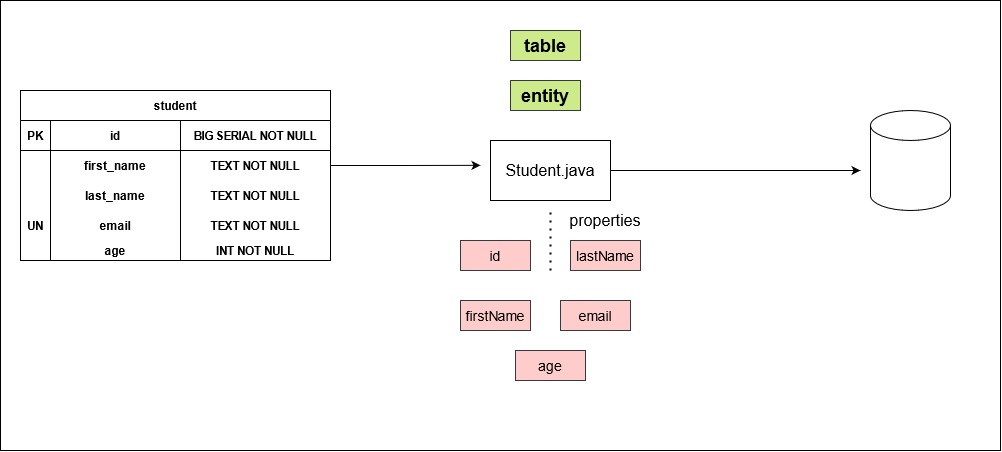
ciurescuraul/SpringDataJPA keeps this draw.io diagram as db_schema.png. Above is the earlier version. Source tidied: cells renumbered, new cells last; positions are measured from the earlier drawing's top-left corner, leaving out a move shared by most shapes.
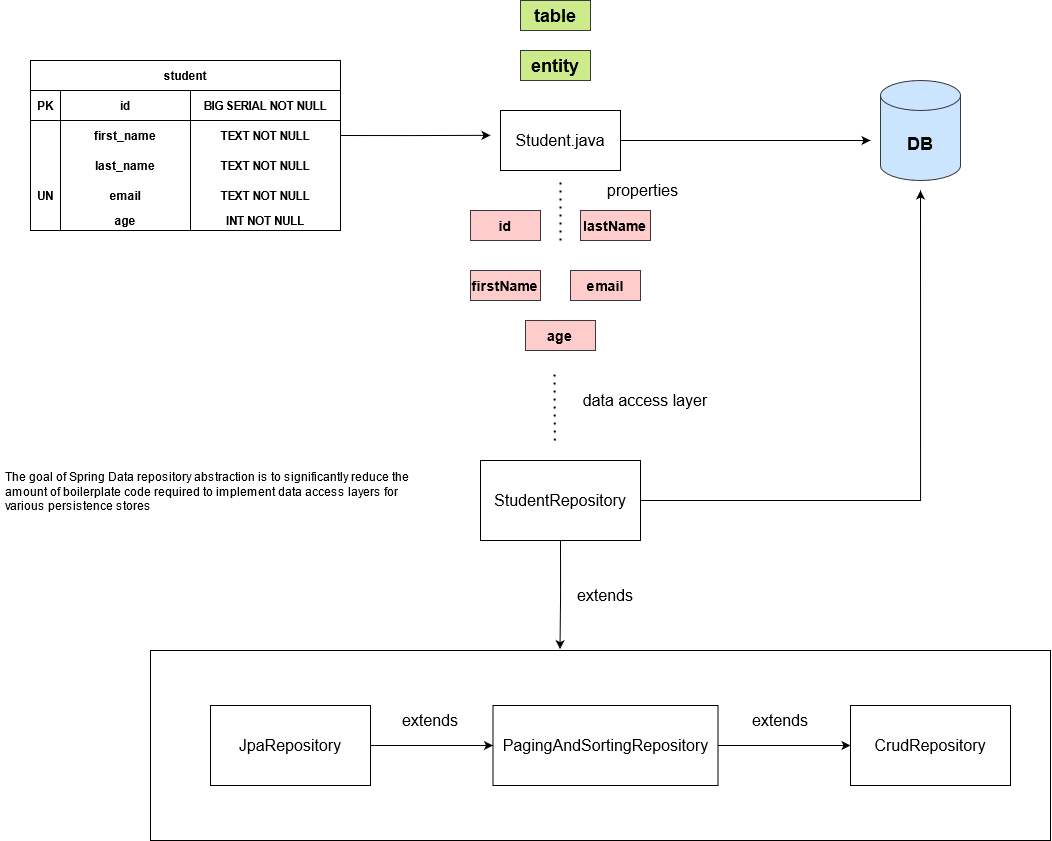
Later version of the same file.

What changed in the source:
```diff
@@ -2,9 +2,6 @@
   <root>
     <mxCell id="0" />
     <mxCell id="1" parent="0" />
-    <mxCell id="2" style="rounded=0;whiteSpace=wrap;html=1;strokeWidth=1;gradientColor=none;fillColor=#FFFFFF;" parent="1" vertex="1">
-      <mxGeometry width="1000" height="450" as="geometry" />
-    </mxCell>
     <mxCell id="3" value="student" style="shape=table;startSize=30;rowLines=0;fontStyle=1;align=center;strokeWidth=1;gradientColor=none;" parent="1" vertex="1">
       <mxGeometry x="20" y="90" width="310" height="170" as="geometry" />
     </mxCell>
@@ -76,7 +73,7 @@
     <mxCell id="25" value="&lt;font style=&quot;font-size: 16px&quot;&gt;Student.java&lt;/font&gt;" style="rounded=0;whiteSpace=wrap;html=1;strokeWidth=1;gradientColor=none;" parent="1" vertex="1">
       <mxGeometry x="490" y="140" width="120" height="60" as="geometry" />
     </mxCell>
-    <mxCell id="26" style="shape=cylinder3;whiteSpace=wrap;html=1;boundedLbl=1;backgroundOutline=1;size=15;strokeWidth=1;gradientColor=none;" parent="1" vertex="1">
+    <mxCell id="26" value="&lt;b&gt;&lt;font style=&quot;font-size: 18px&quot;&gt;DB&lt;/font&gt;&lt;/b&gt;" style="shape=cylinder3;whiteSpace=wrap;html=1;boundedLbl=1;backgroundOutline=1;size=15;strokeWidth=1;fillColor=#cce5ff;strokeColor=#36393d;" parent="1" vertex="1">
       <mxGeometry x="870" y="110" width="80" height="100" as="geometry" />
     </mxCell>
     <mxCell id="27" style="edgeStyle=orthogonalEdgeStyle;rounded=0;jettySize=auto;html=1;exitX=1;exitY=0.5;exitDx=0;exitDy=0;" parent="1" edge="1" source="8">
@@ -90,19 +87,19 @@
     <mxCell id="29" value="&lt;b&gt;&lt;font style=&quot;font-size: 18px&quot;&gt;entity&lt;/font&gt;&lt;/b&gt;" style="rounded=0;whiteSpace=wrap;html=1;strokeWidth=1;fillColor=#cdeb8b;strokeColor=#36393d;" parent="1" vertex="1">
       <mxGeometry x="510" y="80" width="70" height="30" as="geometry" />
     </mxCell>
-    <mxCell id="30" value="&lt;font style=&quot;font-size: 14px&quot;&gt;id&lt;/font&gt;" style="rounded=0;whiteSpace=wrap;html=1;strokeWidth=1;fillColor=#ffcccc;strokeColor=#36393d;" parent="1" vertex="1">
+    <mxCell id="30" value="&lt;font style=&quot;font-size: 14px&quot;&gt;id&lt;/font&gt;" style="rounded=0;whiteSpace=wrap;html=1;strokeWidth=1;fillColor=#ffcccc;strokeColor=#36393d;fontStyle=1;" parent="1" vertex="1">
       <mxGeometry x="460" y="240" width="70" height="30" as="geometry" />
     </mxCell>
-    <mxCell id="31" value="&lt;font style=&quot;font-size: 14px&quot;&gt;lastName&lt;/font&gt;" style="rounded=0;whiteSpace=wrap;html=1;strokeWidth=1;fillColor=#ffcccc;strokeColor=#36393d;" parent="1" vertex="1">
+    <mxCell id="31" value="&lt;font style=&quot;font-size: 14px&quot;&gt;lastName&lt;/font&gt;" style="rounded=0;whiteSpace=wrap;html=1;strokeWidth=1;fillColor=#ffcccc;strokeColor=#36393d;fontStyle=1;" parent="1" vertex="1">
       <mxGeometry x="570" y="240" width="70" height="30" as="geometry" />
     </mxCell>
-    <mxCell id="32" value="&lt;font style=&quot;font-size: 14px&quot;&gt;age&lt;/font&gt;" style="rounded=0;whiteSpace=wrap;html=1;strokeWidth=1;fillColor=#ffcccc;strokeColor=#36393d;" parent="1" vertex="1">
+    <mxCell id="32" value="&lt;font style=&quot;font-size: 14px&quot;&gt;age&lt;/font&gt;" style="rounded=0;whiteSpace=wrap;html=1;strokeWidth=1;fillColor=#ffcccc;strokeColor=#36393d;fontStyle=1;" parent="1" vertex="1">
       <mxGeometry x="515" y="350" width="70" height="30" as="geometry" />
     </mxCell>
-    <mxCell id="33" value="&lt;font style=&quot;font-size: 14px&quot;&gt;firstName&lt;/font&gt;" style="rounded=0;whiteSpace=wrap;html=1;strokeWidth=1;fillColor=#ffcccc;strokeColor=#36393d;" parent="1" vertex="1">
+    <mxCell id="33" value="&lt;font style=&quot;font-size: 14px&quot;&gt;firstName&lt;/font&gt;" style="rounded=0;whiteSpace=wrap;html=1;strokeWidth=1;fillColor=#ffcccc;strokeColor=#36393d;fontStyle=1;" parent="1" vertex="1">
       <mxGeometry x="460" y="300" width="70" height="30" as="geometry" />
     </mxCell>
-    <mxCell id="34" value="&lt;font style=&quot;font-size: 14px&quot;&gt;email&lt;/font&gt;" style="rounded=0;whiteSpace=wrap;html=1;strokeWidth=1;fillColor=#ffcccc;strokeColor=#36393d;" parent="1" vertex="1">
+    <mxCell id="34" value="&lt;font style=&quot;font-size: 14px&quot;&gt;email&lt;/font&gt;" style="rounded=0;whiteSpace=wrap;html=1;strokeWidth=1;fillColor=#ffcccc;strokeColor=#36393d;fontStyle=1;" parent="1" vertex="1">
       <mxGeometry x="560" y="300" width="70" height="30" as="geometry" />
     </mxCell>
     <mxCell id="35" style="endArrow=none;dashed=1;html=1;dashPattern=1 3;strokeWidth=2;" parent="1" edge="1">
@@ -112,7 +109,57 @@
       </mxGeometry>
     </mxCell>
     <mxCell id="36" value="&lt;font style=&quot;font-size: 16px&quot;&gt;properties&lt;/font&gt;" style="text;html=1;strokeColor=none;fillColor=none;align=center;verticalAlign=middle;whiteSpace=wrap;rounded=0;" parent="1" vertex="1">
-      <mxGeometry x="585" y="210" width="40" height="20" as="geometry" />
+      <mxGeometry x="585" y="210" width="95" height="20" as="geometry" />
     </mxCell>
+    <mxCell id="37" style="edgeStyle=orthogonalEdgeStyle;rounded=0;jettySize=auto;html=1;exitX=1;exitY=0.5;exitDx=0;exitDy=0;" parent="1" edge="1" source="39">
+      <mxGeometry relative="1" as="geometry">
+        <mxPoint x="910" y="220" as="targetPoint" />
+      </mxGeometry>
+    </mxCell>
+    <mxCell id="38" style="edgeStyle=orthogonalEdgeStyle;rounded=0;jettySize=auto;html=1;exitX=0.5;exitY=1;exitDx=0;exitDy=0;entryX=0.455;entryY=-0.007;entryDx=0;entryDy=0;entryPerimeter=0;" parent="1" edge="1" source="39" target="42">
+      <mxGeometry relative="1" as="geometry" />
+    </mxCell>
+    <mxCell id="39" value="&lt;font style=&quot;font-size: 16px&quot;&gt;StudentRepository&lt;/font&gt;" style="rounded=0;whiteSpace=wrap;html=1;strokeWidth=1;gradientColor=none;" parent="1" vertex="1">
+      <mxGeometry x="470" y="490" width="160" height="80" as="geometry" />
+    </mxCell>
+    <mxCell id="40" style="endArrow=none;dashed=1;html=1;dashPattern=1 3;strokeWidth=2;" parent="1" edge="1">
+      <mxGeometry relative="1" as="geometry">
+        <mxPoint x="544.3" y="470" as="sourcePoint" />
+        <mxPoint x="544" y="400" as="targetPoint" />
+      </mxGeometry>
+    </mxCell>
+    <mxCell id="41" value="&lt;font style=&quot;font-size: 16px&quot;&gt;data access layer&lt;/font&gt;" style="text;html=1;strokeColor=none;fillColor=none;align=center;verticalAlign=middle;whiteSpace=wrap;rounded=0;" parent="1" vertex="1">
+      <mxGeometry x="570" y="420" width="130" height="20" as="geometry" />
+    </mxCell>
+    <mxCell id="42" style="rounded=0;whiteSpace=wrap;html=1;strokeWidth=1;fillColor=#FFFFFF;gradientColor=none;" parent="1" vertex="1">
+      <mxGeometry x="140" y="680" width="900" height="190" as="geometry" />
+    </mxCell>
+    <mxCell id="43" style="edgeStyle=orthogonalEdgeStyle;rounded=0;jettySize=auto;html=1;" parent="1" edge="1" source="44" target="46">
+      <mxGeometry relative="1" as="geometry" />
+    </mxCell>
+    <mxCell id="44" value="&lt;font style=&quot;font-size: 16px&quot;&gt;JpaRepository&lt;/font&gt;" style="rounded=0;whiteSpace=wrap;html=1;strokeWidth=1;gradientColor=none;" parent="1" vertex="1">
+      <mxGeometry x="200" y="735" width="160" height="80" as="geometry" />
+    </mxCell>
+    <mxCell id="45" style="edgeStyle=orthogonalEdgeStyle;rounded=0;jettySize=auto;html=1;entryX=0;entryY=0.5;entryDx=0;entryDy=0;" parent="1" edge="1" source="46" target="47">
+      <mxGeometry relative="1" as="geometry" />
+    </mxCell>
+    <mxCell id="46" value="&lt;font style=&quot;font-size: 16px&quot;&gt;PagingAndSortingRepository&lt;/font&gt;" style="rounded=0;whiteSpace=wrap;html=1;strokeWidth=1;gradientColor=none;" parent="1" vertex="1">
+      <mxGeometry x="482.5" y="735" width="225" height="80" as="geometry" />
+    </mxCell>
+    <mxCell id="47" value="&lt;font style=&quot;font-size: 16px&quot;&gt;CrudRepository&lt;/font&gt;" style="rounded=0;whiteSpace=wrap;html=1;strokeWidth=1;gradientColor=none;" parent="1" vertex="1">
+      <mxGeometry x="840" y="735" width="160" height="80" as="geometry" />
+    </mxCell>
+    <mxCell id="48" value="&lt;font style=&quot;font-size: 16px&quot;&gt;extends&lt;/font&gt;" style="text;html=1;strokeColor=none;fillColor=none;align=center;verticalAlign=middle;whiteSpace=wrap;rounded=0;" parent="1" vertex="1">
+      <mxGeometry x="380" y="735" width="80" height="30" as="geometry" />
+    </mxCell>
+    <mxCell id="49" value="&lt;font style=&quot;font-size: 16px&quot;&gt;extends&lt;/font&gt;" style="text;html=1;strokeColor=none;fillColor=none;align=center;verticalAlign=middle;whiteSpace=wrap;rounded=0;" parent="1" vertex="1">
+      <mxGeometry x="730" y="735" width="80" height="30" as="geometry" />
+    </mxCell>
+    <mxCell id="50" value="&lt;font style=&quot;font-size: 16px&quot;&gt;extends&lt;/font&gt;" style="text;html=1;strokeColor=none;fillColor=none;align=center;verticalAlign=middle;whiteSpace=wrap;rounded=0;" parent="1" vertex="1">
+      <mxGeometry x="555" y="610" width="80" height="30" as="geometry" />
+    </mxCell>
+    <mxCell id="51" value="The goal of Spring Data repository abstraction is to significantly reduce the amount of boilerplate code required to implement data access layers for various persistence stores" style="text;html=1;strokeColor=none;fillColor=none;spacing=5;spacingTop=-20;whiteSpace=wrap;overflow=hidden;rounded=0;" parent="1" vertex="1">
+      <mxGeometry x="-10" y="510" width="430" height="40" as="geometry" />
+    </mxCell>
   </root>
 </mxGraphModel>
```
